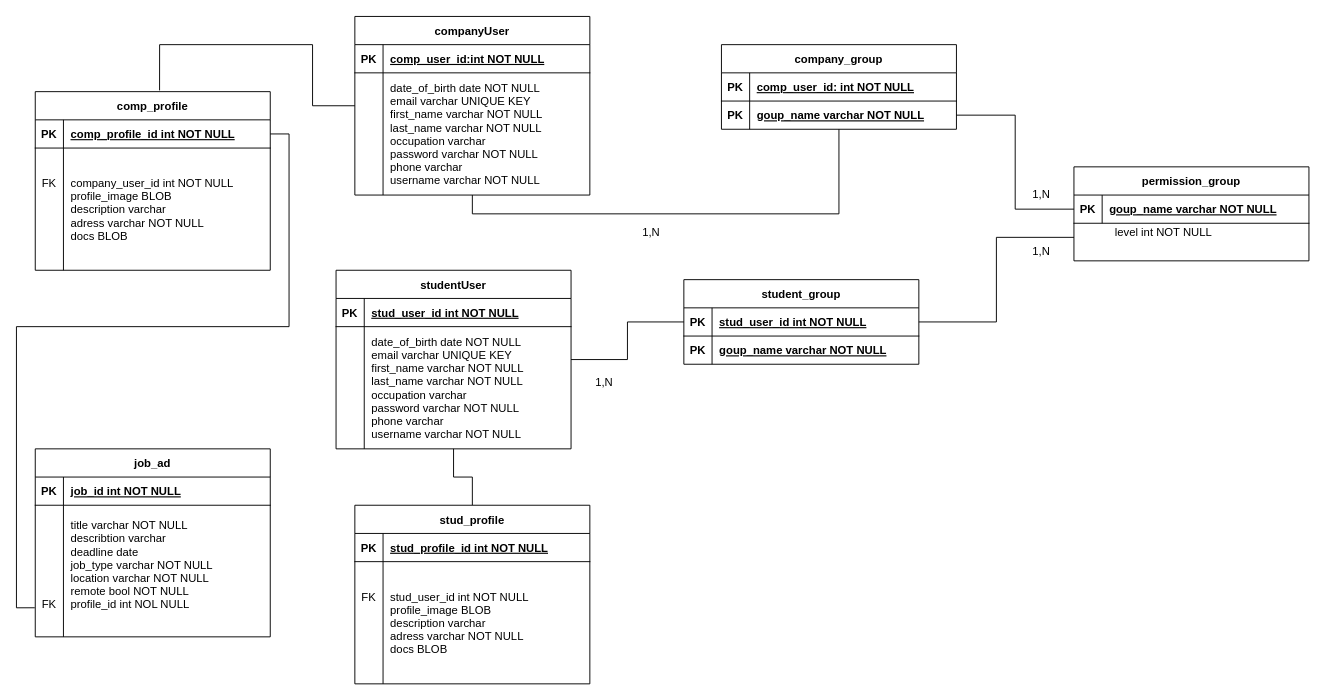
Above: page "Logisch" (1 of 2) of doc/diagram/ERDiagram.drawio in KlaraGolubovic/SE02 (draw.io), before the change. Source tidied: cells renumbered, new cells numbered last; positions are measured from the earlier drawing's top-left corner, leaving out a move shared by most shapes. Both pictures are drawn from the tidied source at 94%, with x=0, y=0 at pixel (35, 16).
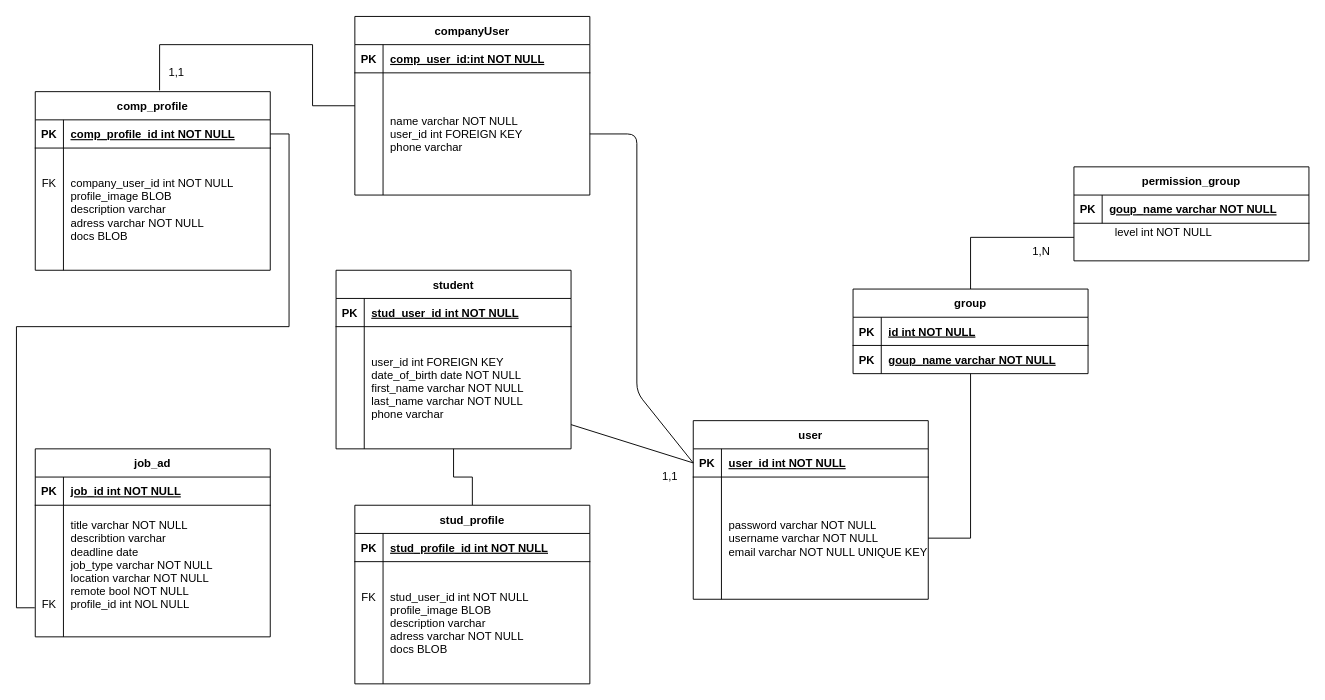
The same page after the edit.

Unchanged cells that the change refers to:
```xml
<mxCell id="11" style="shape=partialRectangle;fillColor=none;points=[[0,0.5],[1,0.5]];portConstraint=eastwest;top=0;left=0;right=0;bottom=1;" parent="10" vertex="1">
  <mxGeometry y="30" width="250" height="30" as="geometry" />
</mxCell>
<mxCell id="38" style="shape=partialRectangle;fillColor=none;points=[[0,0.5],[1,0.5]];portConstraint=eastwest;top=0;left=0;right=0;bottom=0;" parent="34" vertex="1">
  <mxGeometry y="60" width="250" height="130" as="geometry" />
</mxCell>
<mxCell id="42" value="companyUser" style="shape=table;startSize=30;childLayout=tableLayout;rowLines=0;fontStyle=1;align=center;" parent="1" vertex="1">
  <mxGeometry x="340" width="250" height="190" as="geometry" />
</mxCell>
<mxCell id="46" style="shape=partialRectangle;fillColor=none;points=[[0,0.5],[1,0.5]];portConstraint=eastwest;top=0;left=0;right=0;bottom=0;" parent="42" vertex="1">
  <mxGeometry y="60" width="250" height="130" as="geometry" />
</mxCell>
<mxCell id="59" style="shape=partialRectangle;fillColor=none;top=0;left=0;right=0;bottom=1;" parent="58" vertex="1">
  <mxGeometry y="30" width="250" height="30" as="geometry" />
</mxCell>
```

Diff of the diagram source:
```diff
@@
-    <mxCell id="2" style="edgeStyle=orthogonalEdgeStyle;rounded=0;jettySize=auto;html=1;endArrow=none;endFill=0;" parent="1" edge="1" source="3" target="42">
-      <mxGeometry relative="1" as="geometry">
-        <Array as="points">
-          <mxPoint x="855" y="210" />
-          <mxPoint x="465" y="210" />
-        </Array>
-      </mxGeometry>
-    </mxCell>
-    <mxCell id="3" value="company_group" style="shape=table;startSize=30;childLayout=tableLayout;rowLines=0;fontStyle=1;align=center;" parent="1" vertex="1">
-      <mxGeometry x="730" y="30" width="250" height="90" as="geometry" />
-    </mxCell>
-    <mxCell id="4" style="shape=partialRectangle;fillColor=none;points=[[0,0.5],[1,0.5]];portConstraint=eastwest;top=0;left=0;right=0;bottom=1;" parent="3" vertex="1">
-      <mxGeometry y="30" width="250" height="30" as="geometry" />
-    </mxCell>
-    <mxCell id="5" value="PK" style="shape=partialRectangle;overflow=hidden;fillColor=none;top=0;left=0;bottom=0;right=0;fontStyle=1;" parent="4" vertex="1">
-      <mxGeometry width="30" height="30" as="geometry" />
-    </mxCell>
-    <mxCell id="6" value="comp_user_id: int NOT NULL" style="shape=partialRectangle;overflow=hidden;fillColor=none;top=0;left=0;bottom=0;right=0;align=left;spacingLeft=6;fontStyle=5;" parent="4" vertex="1">
-      <mxGeometry x="30" width="220" height="30" as="geometry" />
-    </mxCell>
-    <mxCell id="7" style="shape=partialRectangle;fillColor=none;points=[[0,0.5],[1,0.5]];portConstraint=eastwest;top=0;left=0;right=0;bottom=0;" parent="3" vertex="1">
-      <mxGeometry y="60" width="250" height="30" as="geometry" />
-    </mxCell>
-    <mxCell id="8" value="PK" style="shape=partialRectangle;overflow=hidden;fillColor=none;top=0;left=0;bottom=0;right=0;fontStyle=1;" parent="7" vertex="1">
-      <mxGeometry width="30" height="30" as="geometry" />
-    </mxCell>
-    <mxCell id="9" value="goup_name varchar NOT NULL" style="shape=partialRectangle;overflow=hidden;fillColor=none;top=0;left=0;bottom=0;right=0;align=left;spacingLeft=6;fontStyle=5;" parent="7" vertex="1">
-      <mxGeometry x="30" width="220" height="30" as="geometry" />
-    </mxCell>
@@
-    <mxCell id="29" style="edgeStyle=orthogonalEdgeStyle;rounded=0;jettySize=auto;html=1;entryX=0;entryY=0.5;entryDx=0;entryDy=0;startArrow=none;startFill=0;endArrow=none;endFill=0;" parent="1" edge="1" source="7" target="11">
-      <mxGeometry relative="1" as="geometry" />
-    </mxCell>
-    <mxCell id="30" value="1,N" style="text;html=1;align=center;verticalAlign=middle;strokeColor=none;fillColor=none;" parent="1" vertex="1">
-      <mxGeometry x="640" y="220" width="30" height="20" as="geometry" />
-    </mxCell>
-    <mxCell id="31" value="1,N" style="text;html=1;align=center;verticalAlign=middle;strokeColor=none;fillColor=none;" parent="1" vertex="1">
-      <mxGeometry x="1055" y="180" width="30" height="20" as="geometry" />
-    </mxCell>
@@
-    <mxCell id="34" value="studentUser" style="shape=table;startSize=30;childLayout=tableLayout;rowLines=0;fontStyle=1;align=center;" parent="1" vertex="1">
+    <mxCell id="34" value="student" style="shape=table;startSize=30;childLayout=tableLayout;rowLines=0;fontStyle=1;align=center;" parent="1" vertex="1">
       <mxGeometry x="320" y="270" width="250" height="190" as="geometry" />
     </mxCell>
@@
-    <mxCell id="40" value="date_of_birth date NOT NULL&#10;email varchar UNIQUE KEY&#10;first_name varchar NOT NULL&#10;last_name varchar NOT NULL&#10;occupation varchar&#10;password varchar NOT NULL&#10;phone varchar&#10;username varchar NOT NULL" style="shape=partialRectangle;overflow=hidden;fillColor=none;top=0;left=0;bottom=0;right=0;align=left;spacingLeft=6;" parent="38" vertex="1">
+    <mxCell id="40" value="user_id int FOREIGN KEY&#10;date_of_birth date NOT NULL&#10;first_name varchar NOT NULL&#10;last_name varchar NOT NULL&#10;phone varchar" style="shape=partialRectangle;overflow=hidden;fillColor=none;top=0;left=0;bottom=0;right=0;align=left;spacingLeft=6;" parent="38" vertex="1">
       <mxGeometry x="30" width="220" height="130" as="geometry" />
     </mxCell>
@@
-    <mxCell id="48" value="date_of_birth date NOT NULL&#10;email varchar UNIQUE KEY&#10;first_name varchar NOT NULL&#10;last_name varchar NOT NULL&#10;occupation varchar&#10;password varchar NOT NULL&#10;phone varchar&#10;username varchar NOT NULL" style="shape=partialRectangle;overflow=hidden;fillColor=none;top=0;left=0;bottom=0;right=0;align=left;spacingLeft=6;" parent="46" vertex="1">
+    <mxCell id="48" value="name varchar NOT NULL&#10;user_id int FOREIGN KEY&#10;phone varchar" style="shape=partialRectangle;overflow=hidden;fillColor=none;top=0;left=0;bottom=0;right=0;align=left;spacingLeft=6;" parent="46" vertex="1">
       <mxGeometry x="30" width="220" height="130" as="geometry" />
     </mxCell>
@@
-    <mxCell id="57" style="edgeStyle=orthogonalEdgeStyle;rounded=0;jettySize=auto;html=1;endArrow=none;endFill=0;" parent="1" edge="1" source="58" target="34">
+    <mxCell id="57" style="edgeStyle=orthogonalEdgeStyle;rounded=0;jettySize=auto;html=1;endArrow=none;endFill=0;entryX=1;entryY=0.5;entryDx=0;entryDy=0;" parent="1" edge="1" source="58" target="71">
       <mxGeometry relative="1" as="geometry" />
     </mxCell>
-    <mxCell id="58" value="student_group" style="shape=table;startSize=30;childLayout=tableLayout;rowLines=0;fontStyle=1;align=center;" parent="1" vertex="1">
-      <mxGeometry x="690" y="280" width="250" height="90" as="geometry" />
+    <mxCell id="58" value="group" style="shape=table;startSize=30;childLayout=tableLayout;rowLines=0;fontStyle=1;align=center;" parent="1" vertex="1">
+      <mxGeometry x="870" y="290" width="250" height="90" as="geometry" />
     </mxCell>
@@
-    <mxCell id="61" value="stud_user_id int NOT NULL" style="shape=partialRectangle;overflow=hidden;fillColor=none;top=0;left=0;bottom=0;right=0;align=left;spacingLeft=6;fontStyle=5;" parent="59" vertex="1">
+    <mxCell id="61" value="id int NOT NULL" style="shape=partialRectangle;overflow=hidden;fillColor=none;top=0;left=0;bottom=0;right=0;align=left;spacingLeft=6;fontStyle=5;" parent="59" vertex="1">
       <mxGeometry x="30" width="220" height="30" as="geometry" />
     </mxCell>
@@
-    <mxCell id="65" value="1,N" style="text;html=1;align=center;verticalAlign=middle;strokeColor=none;fillColor=none;" parent="1" vertex="1">
-      <mxGeometry x="590" y="380" width="30" height="20" as="geometry" />
+    <mxCell id="65" value="1,1" style="text;html=1;align=center;verticalAlign=middle;strokeColor=none;fillColor=none;" parent="1" vertex="1">
+      <mxGeometry x="660" y="480" width="30" height="20" as="geometry" />
     </mxCell>
@@
+    <mxCell id="67" value="1,1" style="text;html=1;align=center;verticalAlign=middle;strokeColor=none;fillColor=none;" parent="1" vertex="1">
+      <mxGeometry x="135" y="50" width="30" height="20" as="geometry" />
+    </mxCell>
+    <mxCell id="68" value="user" style="shape=table;startSize=30;childLayout=tableLayout;rowLines=0;fontStyle=1;align=center;" parent="1" vertex="1">
+      <mxGeometry x="700" y="430" width="250" height="190" as="geometry" />
+    </mxCell>
+    <mxCell id="4" style="shape=partialRectangle;fillColor=none;points=[[0,0.5],[1,0.5]];portConstraint=eastwest;top=0;left=0;right=0;bottom=1;" parent="68" vertex="1">
+      <mxGeometry y="30" width="250" height="30" as="geometry" />
+    </mxCell>
+    <mxCell id="69" value="PK" style="shape=partialRectangle;overflow=hidden;fillColor=none;top=0;left=0;bottom=0;right=0;fontStyle=1;" parent="4" vertex="1">
+      <mxGeometry width="30" height="30" as="geometry" />
+    </mxCell>
+    <mxCell id="70" value="user_id int NOT NULL" style="shape=partialRectangle;overflow=hidden;fillColor=none;top=0;left=0;bottom=0;right=0;align=left;spacingLeft=6;fontStyle=5;" parent="4" vertex="1">
+      <mxGeometry x="30" width="220" height="30" as="geometry" />
+    </mxCell>
+    <mxCell id="71" style="shape=partialRectangle;fillColor=none;points=[[0,0.5],[1,0.5]];portConstraint=eastwest;top=0;left=0;right=0;bottom=0;" parent="68" vertex="1">
+      <mxGeometry y="60" width="250" height="130" as="geometry" />
+    </mxCell>
+    <mxCell id="72" style="shape=partialRectangle;overflow=hidden;fillColor=none;top=0;left=0;bottom=0;right=0;" parent="71" vertex="1">
+      <mxGeometry width="30" height="130" as="geometry" />
+    </mxCell>
+    <mxCell id="73" value="password varchar NOT NULL&#10;username varchar NOT NULL&#10;email varchar NOT NULL UNIQUE KEY" style="shape=partialRectangle;overflow=hidden;fillColor=none;top=0;left=0;bottom=0;right=0;align=left;spacingLeft=6;" parent="71" vertex="1">
+      <mxGeometry x="30" width="220" height="130" as="geometry" />
+    </mxCell>
+    <mxCell id="74" style="edgeStyle=none;html=1;entryX=0;entryY=0.5;entryDx=0;entryDy=0;endArrow=none;endFill=0;" parent="1" edge="1" source="38" target="4">
+      <mxGeometry relative="1" as="geometry" />
+    </mxCell>
+    <mxCell id="75" style="edgeStyle=none;html=1;entryX=0;entryY=0.5;entryDx=0;entryDy=0;endArrow=none;endFill=0;exitX=1;exitY=0.5;exitDx=0;exitDy=0;" parent="1" edge="1" source="46" target="4">
+      <mxGeometry relative="1" as="geometry">
+        <Array as="points">
+          <mxPoint x="640" y="125" />
+          <mxPoint x="640" y="400" />
+        </Array>
+      </mxGeometry>
+    </mxCell>
```
